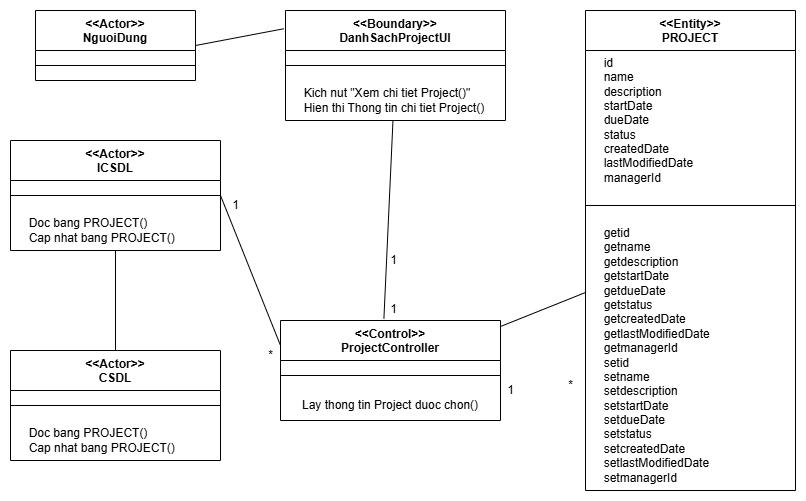
The draw.io diagram Báo Cáo/VOPC/VPOC-XemProject.drawio.png in chickenlazy/college, before a commit. Source tidied: cells renumbered, new cells last; positions are measured from the earlier drawing's top-left corner, leaving out a move shared by most shapes.
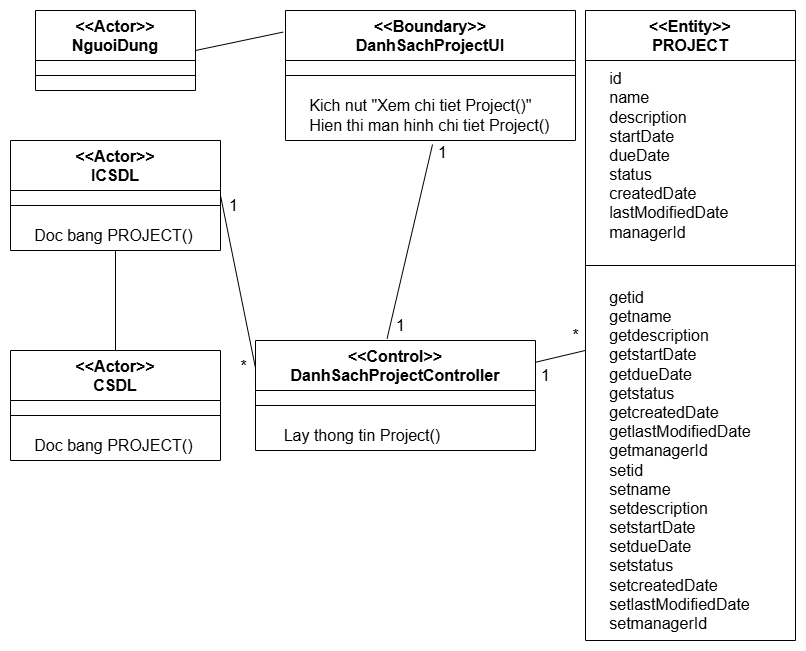
After the commit.

What changed in the source:
```diff
@@ -2,92 +2,97 @@
   <root>
     <mxCell id="0" />
     <mxCell id="1" parent="0" />
-    <mxCell id="2" value="&amp;lt;&amp;lt;Actor&amp;gt;&amp;gt;&lt;div&gt;NguoiDung&lt;/div&gt;" style="swimlane;fontStyle=1;align=center;verticalAlign=top;horizontal=1;startSize=40;whiteSpace=wrap;html=1;" parent="1" vertex="1">
-      <mxGeometry x="25" width="160" height="70" as="geometry" />
+    <mxCell id="2" value="&amp;lt;&amp;lt;Actor&amp;gt;&amp;gt;&lt;div&gt;NguoiDung&lt;/div&gt;" style="swimlane;fontStyle=1;align=center;verticalAlign=top;horizontal=1;startSize=50;whiteSpace=wrap;html=1;fontSize=16;" parent="1" vertex="1">
+      <mxGeometry x="25" width="160" height="80" as="geometry" />
     </mxCell>
-    <mxCell id="3" style="line;strokeWidth=1;fillColor=none;align=left;verticalAlign=middle;spacingTop=-1;spacingLeft=3;spacingRight=3;labelPosition=right;strokeColor=inherit;" parent="2" vertex="1">
-      <mxGeometry y="40" width="160" height="30" as="geometry" />
+    <mxCell id="3" style="line;strokeWidth=1;fillColor=none;align=left;verticalAlign=middle;spacingTop=-1;spacingLeft=3;spacingRight=3;labelPosition=right;strokeColor=inherit;fontSize=16;" parent="2" vertex="1">
+      <mxGeometry y="50" width="160" height="30" as="geometry" />
     </mxCell>
-    <mxCell id="4" value="&amp;lt;&amp;lt;Boundary&amp;gt;&amp;gt;&lt;div&gt;DanhSachProjectUI&lt;/div&gt;" style="swimlane;fontStyle=1;align=center;verticalAlign=top;horizontal=1;startSize=40;whiteSpace=wrap;html=1;" parent="1" vertex="1">
-      <mxGeometry x="275" width="220" height="110" as="geometry" />
+    <mxCell id="4" value="&amp;lt;&amp;lt;Boundary&amp;gt;&amp;gt;&lt;div&gt;DanhSachProjectUI&lt;/div&gt;" style="swimlane;fontStyle=1;align=center;verticalAlign=top;horizontal=1;startSize=50;whiteSpace=wrap;html=1;fontSize=16;" parent="1" vertex="1">
+      <mxGeometry x="275" width="290" height="130" as="geometry" />
     </mxCell>
-    <mxCell id="5" style="line;strokeWidth=1;fillColor=none;align=left;verticalAlign=middle;spacingTop=-1;spacingLeft=3;spacingRight=3;labelPosition=right;strokeColor=inherit;" parent="4" vertex="1">
-      <mxGeometry y="40" width="220" height="30" as="geometry" />
+    <mxCell id="5" style="line;strokeWidth=1;fillColor=none;align=left;verticalAlign=middle;spacingTop=-1;spacingLeft=3;spacingRight=3;labelPosition=right;strokeColor=inherit;fontSize=16;" parent="4" vertex="1">
+      <mxGeometry y="50" width="290" height="30" as="geometry" />
     </mxCell>
-    <mxCell id="6" value="&amp;nbsp; &amp;nbsp; &amp;nbsp;Kich nut &quot;Xem chi tiet Project()&quot;&lt;br&gt;&lt;div&gt;&lt;span style=&quot;background-color: transparent; color: light-dark(rgb(0, 0, 0), rgb(255, 255, 255));&quot;&gt;&amp;nbsp; &amp;nbsp; &amp;nbsp;&lt;/span&gt;Hien thi Thong tin chi tiet Project()&lt;/div&gt;" style="text;html=1;align=left;verticalAlign=middle;points=[];strokeColor=none;fillColor=none;" parent="4" vertex="1">
-      <mxGeometry y="70" width="220" height="40" as="geometry" />
+    <mxCell id="6" value="&amp;nbsp; &amp;nbsp; &amp;nbsp;Kich nut &quot;Xem chi tiet Project()&quot;&lt;br&gt;&lt;div&gt;&lt;span style=&quot;background-color: transparent; color: light-dark(rgb(0, 0, 0), rgb(255, 255, 255));&quot;&gt;&amp;nbsp; &amp;nbsp; &amp;nbsp;&lt;/span&gt;Hien thi man hinh chi tiet Project()&lt;/div&gt;" style="text;html=1;align=left;verticalAlign=middle;points=[];strokeColor=none;fillColor=none;fontSize=16;" parent="4" vertex="1">
+      <mxGeometry y="80" width="290" height="50" as="geometry" />
     </mxCell>
-    <mxCell id="7" value="&amp;lt;&amp;lt;Control&amp;gt;&amp;gt;&lt;div&gt;ProjectController&lt;/div&gt;" style="swimlane;fontStyle=1;align=center;verticalAlign=top;horizontal=1;startSize=40;whiteSpace=wrap;html=1;" parent="1" vertex="1">
-      <mxGeometry x="270" y="310" width="220" height="100" as="geometry" />
+    <mxCell id="7" value="&amp;lt;&amp;lt;Control&amp;gt;&amp;gt;&lt;div&gt;DanhSachProjectController&lt;/div&gt;" style="swimlane;fontStyle=1;align=center;verticalAlign=top;horizontal=1;startSize=50;whiteSpace=wrap;html=1;fontSize=16;" parent="1" vertex="1">
+      <mxGeometry x="245" y="330" width="280" height="110" as="geometry" />
     </mxCell>
-    <mxCell id="8" style="line;strokeWidth=1;fillColor=none;align=left;verticalAlign=middle;spacingTop=-1;spacingLeft=3;spacingRight=3;labelPosition=right;strokeColor=inherit;" parent="7" vertex="1">
-      <mxGeometry y="40" width="220" height="30" as="geometry" />
+    <mxCell id="8" style="line;strokeWidth=1;fillColor=none;align=left;verticalAlign=middle;spacingTop=-1;spacingLeft=3;spacingRight=3;labelPosition=right;strokeColor=inherit;fontSize=16;" parent="7" vertex="1">
+      <mxGeometry y="50" width="280" height="30" as="geometry" />
     </mxCell>
-    <mxCell id="9" value="&lt;div&gt;&amp;nbsp; &amp;nbsp; &amp;nbsp; Lay thong tin Project duoc chon()&lt;/div&gt;" style="text;html=1;align=left;verticalAlign=middle;strokeColor=none;fillColor=none;" parent="7" vertex="1">
-      <mxGeometry y="70" width="220" height="30" as="geometry" />
+    <mxCell id="9" value="&lt;div&gt;&amp;nbsp; &amp;nbsp; &amp;nbsp; Lay thong tin Project()&lt;/div&gt;" style="text;html=1;align=left;verticalAlign=middle;strokeColor=none;fillColor=none;fontSize=16;" parent="7" vertex="1">
+      <mxGeometry y="80" width="280" height="30" as="geometry" />
     </mxCell>
-    <mxCell id="10" value="&amp;lt;&amp;lt;Actor&amp;gt;&amp;gt;&lt;div&gt;CSDL&lt;/div&gt;" style="swimlane;fontStyle=1;align=center;verticalAlign=top;horizontal=1;startSize=40;whiteSpace=wrap;html=1;" parent="1" vertex="1">
+    <mxCell id="10" value="&amp;lt;&amp;lt;Actor&amp;gt;&amp;gt;&lt;div&gt;CSDL&lt;/div&gt;" style="swimlane;fontStyle=1;align=center;verticalAlign=top;horizontal=1;startSize=50;whiteSpace=wrap;html=1;fontSize=16;" parent="1" vertex="1">
       <mxGeometry y="340" width="210" height="110" as="geometry" />
     </mxCell>
-    <mxCell id="11" style="line;strokeWidth=1;fillColor=none;align=left;verticalAlign=middle;spacingTop=-1;spacingLeft=3;spacingRight=3;labelPosition=right;strokeColor=inherit;" parent="10" vertex="1">
-      <mxGeometry y="40" width="210" height="30" as="geometry" />
+    <mxCell id="11" style="line;strokeWidth=1;fillColor=none;align=left;verticalAlign=middle;spacingTop=-1;spacingLeft=3;spacingRight=3;labelPosition=right;strokeColor=inherit;fontSize=16;" parent="10" vertex="1">
+      <mxGeometry y="50" width="210" height="30" as="geometry" />
     </mxCell>
-    <mxCell id="12" value="&amp;nbsp; &amp;nbsp; &amp;nbsp;Doc bang PROJECT()&lt;div&gt;&amp;nbsp; &amp;nbsp; &amp;nbsp;Cap nhat bang PROJECT()&lt;/div&gt;" style="text;html=1;align=left;verticalAlign=middle;strokeColor=none;fillColor=none;" parent="10" vertex="1">
-      <mxGeometry y="70" width="210" height="40" as="geometry" />
+    <mxCell id="12" value="&amp;nbsp; &amp;nbsp; &amp;nbsp;Doc bang PROJECT()" style="text;html=1;align=left;verticalAlign=middle;strokeColor=none;fillColor=none;fontSize=16;" parent="10" vertex="1">
+      <mxGeometry y="80" width="210" height="30" as="geometry" />
     </mxCell>
-    <mxCell id="13" value="&amp;lt;&amp;lt;Actor&amp;gt;&amp;gt;&lt;div&gt;ICSDL&lt;/div&gt;" style="swimlane;fontStyle=1;align=center;verticalAlign=top;horizontal=1;startSize=40;whiteSpace=wrap;html=1;" parent="1" vertex="1">
+    <mxCell id="13" value="&amp;lt;&amp;lt;Actor&amp;gt;&amp;gt;&lt;div&gt;ICSDL&lt;/div&gt;" style="swimlane;fontStyle=1;align=center;verticalAlign=top;horizontal=1;startSize=50;whiteSpace=wrap;html=1;fontSize=16;" parent="1" vertex="1">
       <mxGeometry y="130" width="210" height="110" as="geometry" />
     </mxCell>
-    <mxCell id="14" style="line;strokeWidth=1;fillColor=none;align=left;verticalAlign=middle;spacingTop=-1;spacingLeft=3;spacingRight=3;labelPosition=right;strokeColor=inherit;" parent="13" vertex="1">
-      <mxGeometry y="40" width="210" height="30" as="geometry" />
+    <mxCell id="14" style="line;strokeWidth=1;fillColor=none;align=left;verticalAlign=middle;spacingTop=-1;spacingLeft=3;spacingRight=3;labelPosition=right;strokeColor=inherit;fontSize=16;" parent="13" vertex="1">
+      <mxGeometry y="50" width="210" height="30" as="geometry" />
     </mxCell>
-    <mxCell id="15" value="&amp;nbsp; &amp;nbsp; &amp;nbsp;Doc bang PROJECT()&lt;div&gt;&amp;nbsp; &amp;nbsp; &amp;nbsp;Cap nhat bang PROJECT()&lt;/div&gt;" style="text;html=1;align=left;verticalAlign=middle;strokeColor=none;fillColor=none;" parent="13" vertex="1">
-      <mxGeometry y="70" width="210" height="40" as="geometry" />
+    <mxCell id="15" value="&amp;nbsp; &amp;nbsp; &amp;nbsp;Doc bang PROJECT()" style="text;html=1;align=left;verticalAlign=middle;strokeColor=none;fillColor=none;fontSize=16;" parent="13" vertex="1">
+      <mxGeometry y="80" width="210" height="30" as="geometry" />
     </mxCell>
-    <mxCell id="16" value="&amp;lt;&amp;lt;Entity&amp;gt;&amp;gt;&lt;div&gt;PROJECT&lt;/div&gt;" style="swimlane;fontStyle=1;align=center;verticalAlign=top;horizontal=1;startSize=40;whiteSpace=wrap;html=1;" parent="1" vertex="1">
-      <mxGeometry x="575" width="210" height="480" as="geometry" />
+    <mxCell id="16" value="&amp;lt;&amp;lt;Entity&amp;gt;&amp;gt;&lt;div&gt;PROJECT&lt;/div&gt;" style="swimlane;fontStyle=1;align=center;verticalAlign=top;horizontal=1;startSize=50;whiteSpace=wrap;html=1;fontSize=16;" parent="1" vertex="1">
+      <mxGeometry x="575" width="210" height="630" as="geometry" />
     </mxCell>
-    <mxCell id="17" value="&amp;nbsp; &amp;nbsp; &amp;nbsp;id&lt;div&gt;&amp;nbsp; &amp;nbsp; &amp;nbsp;name&lt;/div&gt;&lt;div&gt;&amp;nbsp; &amp;nbsp; &amp;nbsp;description&lt;/div&gt;&lt;div&gt;&amp;nbsp; &amp;nbsp; &amp;nbsp;startDate&lt;/div&gt;&lt;div&gt;&amp;nbsp; &amp;nbsp; &amp;nbsp;dueDate&lt;/div&gt;&lt;div&gt;&amp;nbsp; &amp;nbsp; &amp;nbsp;status&lt;/div&gt;&lt;div&gt;&amp;nbsp; &amp;nbsp; &amp;nbsp;createdDate&lt;/div&gt;&lt;div&gt;&amp;nbsp; &amp;nbsp; &amp;nbsp;lastModifiedDate&lt;/div&gt;&lt;div&gt;&amp;nbsp; &amp;nbsp; &amp;nbsp;managerId&lt;/div&gt;" style="text;html=1;align=left;verticalAlign=middle;strokeColor=none;fillColor=none;" parent="16" vertex="1">
-      <mxGeometry y="40" width="210" height="140" as="geometry" />
+    <mxCell id="17" value="&amp;nbsp; &amp;nbsp; &amp;nbsp;id&lt;div&gt;&amp;nbsp; &amp;nbsp; &amp;nbsp;name&lt;/div&gt;&lt;div&gt;&amp;nbsp; &amp;nbsp; &amp;nbsp;description&lt;/div&gt;&lt;div&gt;&amp;nbsp; &amp;nbsp; &amp;nbsp;startDate&lt;/div&gt;&lt;div&gt;&amp;nbsp; &amp;nbsp; &amp;nbsp;dueDate&lt;/div&gt;&lt;div&gt;&amp;nbsp; &amp;nbsp; &amp;nbsp;status&lt;/div&gt;&lt;div&gt;&amp;nbsp; &amp;nbsp; &amp;nbsp;createdDate&lt;/div&gt;&lt;div&gt;&amp;nbsp; &amp;nbsp; &amp;nbsp;lastModifiedDate&lt;/div&gt;&lt;div&gt;&amp;nbsp; &amp;nbsp; &amp;nbsp;managerId&lt;/div&gt;" style="text;html=1;align=left;verticalAlign=middle;strokeColor=none;fillColor=none;fontSize=16;" parent="16" vertex="1">
+      <mxGeometry y="50" width="210" height="190" as="geometry" />
     </mxCell>
-    <mxCell id="18" style="line;strokeWidth=1;fillColor=none;align=left;verticalAlign=middle;spacingTop=-1;spacingLeft=3;spacingRight=3;labelPosition=right;strokeColor=inherit;" parent="16" vertex="1">
-      <mxGeometry y="180" width="210" height="30" as="geometry" />
+    <mxCell id="18" style="line;strokeWidth=1;fillColor=none;align=left;verticalAlign=middle;spacingTop=-1;spacingLeft=3;spacingRight=3;labelPosition=right;strokeColor=inherit;fontSize=16;" parent="16" vertex="1">
+      <mxGeometry y="240" width="210" height="30" as="geometry" />
     </mxCell>
-    <mxCell id="19" value="&amp;nbsp; &amp;nbsp; &amp;nbsp;getid&lt;div&gt;&amp;nbsp; &amp;nbsp; &amp;nbsp;getname&lt;/div&gt;&lt;div&gt;&amp;nbsp; &amp;nbsp; &amp;nbsp;getdescription&lt;/div&gt;&lt;div&gt;&amp;nbsp; &amp;nbsp; &amp;nbsp;getstartDate&lt;/div&gt;&lt;div&gt;&amp;nbsp; &amp;nbsp; &amp;nbsp;getdueDate&lt;/div&gt;&lt;div&gt;&amp;nbsp; &amp;nbsp; &amp;nbsp;getstatus&lt;/div&gt;&lt;div&gt;&amp;nbsp; &amp;nbsp; &amp;nbsp;getcreatedDate&lt;/div&gt;&lt;div&gt;&amp;nbsp; &amp;nbsp; &amp;nbsp;getlastModifiedDate&lt;/div&gt;&lt;div&gt;&amp;nbsp; &amp;nbsp; &amp;nbsp;getmanagerId&lt;/div&gt;&lt;div&gt;&amp;nbsp; &amp;nbsp; &amp;nbsp;setid&lt;div&gt;&amp;nbsp; &amp;nbsp; &amp;nbsp;setname&lt;/div&gt;&lt;div&gt;&amp;nbsp; &amp;nbsp; &amp;nbsp;setdescription&lt;/div&gt;&lt;div&gt;&amp;nbsp; &amp;nbsp; &amp;nbsp;setstartDate&lt;/div&gt;&lt;div&gt;&amp;nbsp; &amp;nbsp; &amp;nbsp;setdueDate&lt;/div&gt;&lt;div&gt;&amp;nbsp; &amp;nbsp; &amp;nbsp;setstatus&lt;/div&gt;&lt;div&gt;&amp;nbsp; &amp;nbsp; &amp;nbsp;setcreatedDate&lt;/div&gt;&lt;div&gt;&amp;nbsp; &amp;nbsp; &amp;nbsp;setlastModifiedDate&lt;/div&gt;&lt;div&gt;&amp;nbsp; &amp;nbsp; &amp;nbsp;setmanagerId&lt;/div&gt;&lt;/div&gt;" style="text;html=1;align=left;verticalAlign=middle;strokeColor=none;fillColor=none;" parent="16" vertex="1">
-      <mxGeometry y="210" width="210" height="270" as="geometry" />
+    <mxCell id="19" value="&amp;nbsp; &amp;nbsp; &amp;nbsp;getid&lt;div&gt;&amp;nbsp; &amp;nbsp; &amp;nbsp;getname&lt;/div&gt;&lt;div&gt;&amp;nbsp; &amp;nbsp; &amp;nbsp;getdescription&lt;/div&gt;&lt;div&gt;&amp;nbsp; &amp;nbsp; &amp;nbsp;getstartDate&lt;/div&gt;&lt;div&gt;&amp;nbsp; &amp;nbsp; &amp;nbsp;getdueDate&lt;/div&gt;&lt;div&gt;&amp;nbsp; &amp;nbsp; &amp;nbsp;getstatus&lt;/div&gt;&lt;div&gt;&amp;nbsp; &amp;nbsp; &amp;nbsp;getcreatedDate&lt;/div&gt;&lt;div&gt;&amp;nbsp; &amp;nbsp; &amp;nbsp;getlastModifiedDate&lt;/div&gt;&lt;div&gt;&amp;nbsp; &amp;nbsp; &amp;nbsp;getmanagerId&lt;/div&gt;&lt;div&gt;&amp;nbsp; &amp;nbsp; &amp;nbsp;setid&lt;div&gt;&amp;nbsp; &amp;nbsp; &amp;nbsp;setname&lt;/div&gt;&lt;div&gt;&amp;nbsp; &amp;nbsp; &amp;nbsp;setdescription&lt;/div&gt;&lt;div&gt;&amp;nbsp; &amp;nbsp; &amp;nbsp;setstartDate&lt;/div&gt;&lt;div&gt;&amp;nbsp; &amp;nbsp; &amp;nbsp;setdueDate&lt;/div&gt;&lt;div&gt;&amp;nbsp; &amp;nbsp; &amp;nbsp;setstatus&lt;/div&gt;&lt;div&gt;&amp;nbsp; &amp;nbsp; &amp;nbsp;setcreatedDate&lt;/div&gt;&lt;div&gt;&amp;nbsp; &amp;nbsp; &amp;nbsp;setlastModifiedDate&lt;/div&gt;&lt;div&gt;&amp;nbsp; &amp;nbsp; &amp;nbsp;setmanagerId&lt;/div&gt;&lt;/div&gt;" style="text;html=1;align=left;verticalAlign=middle;strokeColor=none;fillColor=none;fontSize=16;" parent="16" vertex="1">
+      <mxGeometry y="270" width="210" height="360" as="geometry" />
     </mxCell>
-    <mxCell id="20" style="endArrow=none;html=1;rounded=0;exitX=1;exitY=0.5;exitDx=0;exitDy=0;entryX=-0.008;entryY=0.166;entryDx=0;entryDy=0;entryPerimeter=0;" parent="1" edge="1" source="2" target="4">
+    <mxCell id="20" style="endArrow=none;html=1;rounded=0;exitX=1;exitY=0.5;exitDx=0;exitDy=0;entryX=-0.008;entryY=0.166;entryDx=0;entryDy=0;entryPerimeter=0;fontSize=16;" parent="1" edge="1" source="2" target="4">
       <mxGeometry relative="1" as="geometry" />
     </mxCell>
-    <mxCell id="21" style="endArrow=none;html=1;rounded=0;exitX=0.5;exitY=0;exitDx=0;exitDy=0;" parent="1" edge="1" source="10" target="13">
+    <mxCell id="21" style="endArrow=none;html=1;rounded=0;exitX=0.5;exitY=0;exitDx=0;exitDy=0;fontSize=16;" parent="1" edge="1" source="10" target="13">
       <mxGeometry relative="1" as="geometry" />
     </mxCell>
-    <mxCell id="22" style="endArrow=none;html=1;rounded=0;exitX=0;exitY=0.25;exitDx=0;exitDy=0;entryX=1;entryY=0.5;entryDx=0;entryDy=0;" parent="1" edge="1" source="7" target="13">
+    <mxCell id="22" style="endArrow=none;html=1;rounded=0;exitX=0;exitY=0.25;exitDx=0;exitDy=0;entryX=1;entryY=0.5;entryDx=0;entryDy=0;fontSize=16;" parent="1" edge="1" source="7" target="13">
       <mxGeometry relative="1" as="geometry" />
     </mxCell>
-    <mxCell id="23" style="endArrow=none;html=1;rounded=0;" parent="1" edge="1" source="7" target="16">
+    <mxCell id="23" style="endArrow=none;html=1;rounded=0;fontSize=16;" parent="1" edge="1" source="7" target="16">
       <mxGeometry relative="1" as="geometry" />
     </mxCell>
-    <mxCell id="24" style="endArrow=none;html=1;rounded=0;exitX=0.47;exitY=-0.018;exitDx=0;exitDy=0;exitPerimeter=0;" parent="1" edge="1" source="7" target="4">
-      <mxGeometry relative="1" as="geometry" />
+    <mxCell id="24" style="endArrow=none;html=1;rounded=0;exitX=0.47;exitY=-0.018;exitDx=0;exitDy=0;exitPerimeter=0;fontSize=16;" parent="1" edge="1" target="4">
+      <mxGeometry relative="1" as="geometry">
+        <mxPoint x="419.1" y="129.5" as="sourcePoint" />
+      </mxGeometry>
     </mxCell>
-    <mxCell id="25" value="1" style="text;html=1;align=center;verticalAlign=middle;strokeColor=none;fillColor=none;" parent="1" vertex="1">
-      <mxGeometry x="485" y="365" width="30" height="30" as="geometry" />
+    <mxCell id="25" value="1" style="text;html=1;align=center;verticalAlign=middle;strokeColor=none;fillColor=none;fontSize=16;" parent="1" vertex="1">
+      <mxGeometry x="520" y="350" width="30" height="30" as="geometry" />
     </mxCell>
-    <mxCell id="26" value="*" style="text;html=1;align=center;verticalAlign=middle;strokeColor=none;fillColor=none;" parent="1" vertex="1">
-      <mxGeometry x="545" y="360" width="30" height="30" as="geometry" />
+    <mxCell id="26" value="*" style="text;html=1;align=center;verticalAlign=middle;strokeColor=none;fillColor=none;fontSize=16;" parent="1" vertex="1">
+      <mxGeometry x="550" y="310" width="30" height="30" as="geometry" />
     </mxCell>
-    <mxCell id="27" value="1" style="text;html=1;align=center;verticalAlign=middle;strokeColor=none;fillColor=none;" parent="1" vertex="1">
-      <mxGeometry x="210" y="180" width="30" height="30" as="geometry" />
+    <mxCell id="27" value="1" style="text;html=1;align=center;verticalAlign=middle;strokeColor=none;fillColor=none;fontSize=16;" parent="1" vertex="1">
+      <mxGeometry x="208" y="180" width="30" height="30" as="geometry" />
     </mxCell>
-    <mxCell id="28" value="*" style="text;html=1;align=center;verticalAlign=middle;strokeColor=none;fillColor=none;" parent="1" vertex="1">
-      <mxGeometry x="245" y="330" width="30" height="30" as="geometry" />
+    <mxCell id="28" value="*" style="text;html=1;align=center;verticalAlign=middle;strokeColor=none;fillColor=none;fontSize=16;" parent="1" vertex="1">
+      <mxGeometry x="218" y="341" width="30" height="30" as="geometry" />
     </mxCell>
+    <mxCell id="30" value="1" style="text;html=1;align=center;verticalAlign=middle;strokeColor=none;fillColor=none;fontSize=16;" parent="1" vertex="1">
+      <mxGeometry x="375" y="300" width="30" height="30" as="geometry" />
+    </mxCell>
+    <mxCell id="31" style="endArrow=none;html=1;rounded=0;exitX=0.47;exitY=-0.018;exitDx=0;exitDy=0;exitPerimeter=0;fontSize=16;entryX=0.507;entryY=1.08;entryDx=0;entryDy=0;entryPerimeter=0;" parent="1" edge="1" source="7" target="6">
+      <mxGeometry relative="1" as="geometry" />
+    </mxCell>
-    <mxCell id="29" value="1" style="text;html=1;align=center;verticalAlign=middle;strokeColor=none;fillColor=none;" parent="1" vertex="1">
-      <mxGeometry x="368" y="235" width="30" height="30" as="geometry" />
+    <mxCell id="29" value="1" style="text;html=1;align=center;verticalAlign=middle;strokeColor=none;fillColor=none;fontSize=16;" parent="1" vertex="1">
+      <mxGeometry x="417" y="127" width="30" height="30" as="geometry" />
     </mxCell>
-    <mxCell id="30" value="1" style="text;html=1;align=center;verticalAlign=middle;strokeColor=none;fillColor=none;" parent="1" vertex="1">
-      <mxGeometry x="368" y="284" width="30" height="30" as="geometry" />
-    </mxCell>
   </root>
 </mxGraphModel>
```
